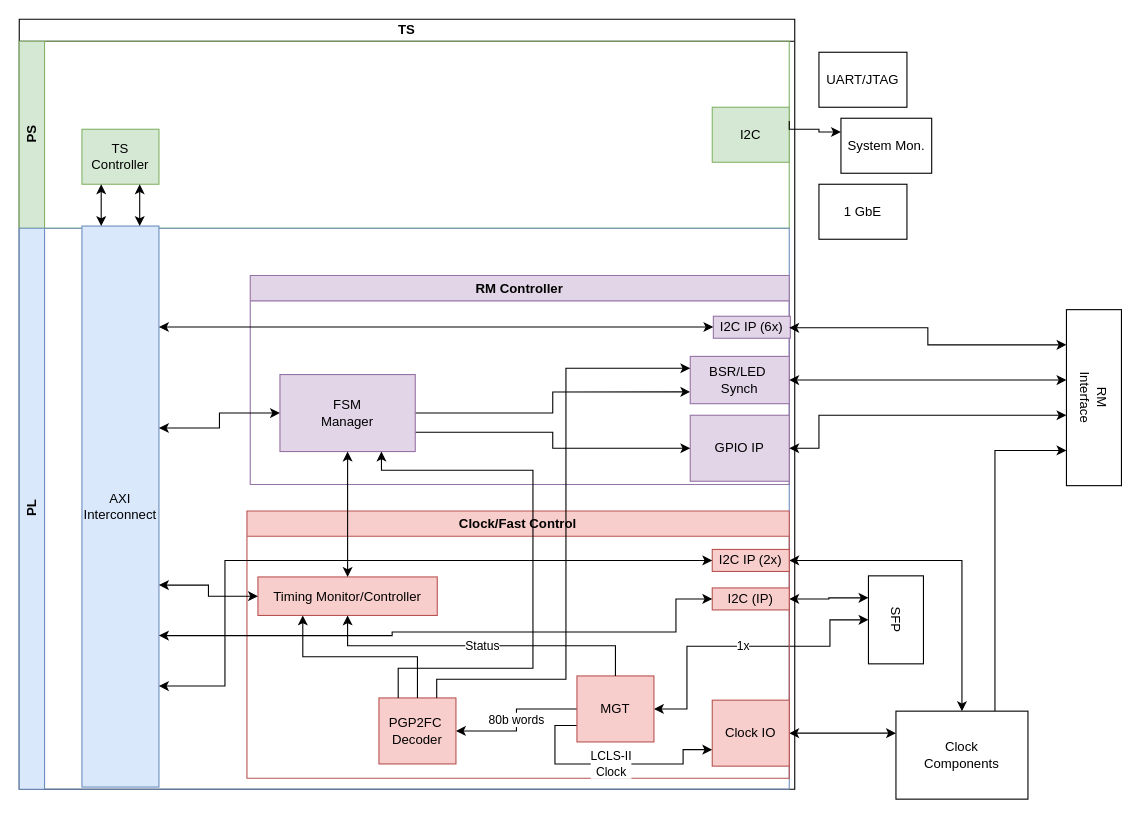
This is zCCM_firmware.drawio from awhitbeck/drawio, a draw.io file, before an edit. Source tidied: cells renumbered, new cells numbered last; positions are measured from the earlier drawing's top-left corner, leaving out a move shared by most shapes. Both pictures are drawn from the tidied source at 110%, with x=0, y=0 at pixel (19, 19).
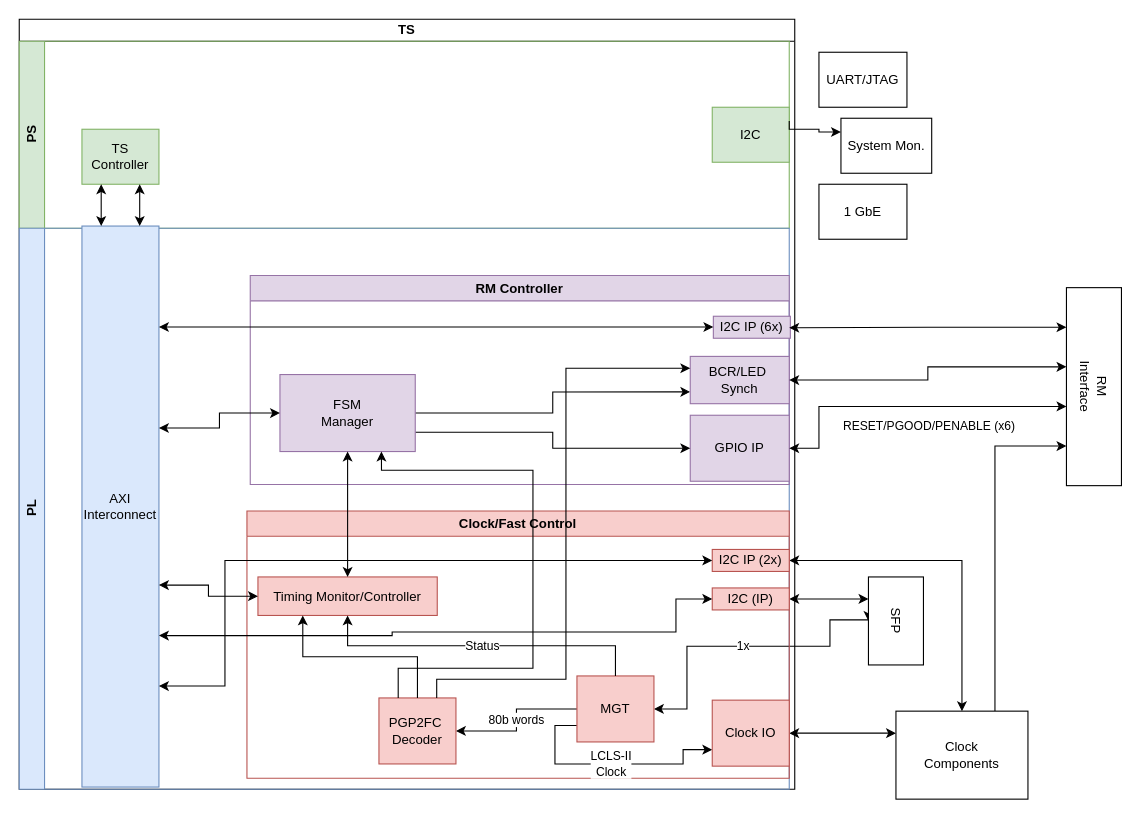
The same page after the edit.

The change refers to these unchanged cells:
```xml
<mxCell id="8" value="RM Controller" style="swimlane;whiteSpace=wrap;html=1;shadow=0;fillColor=#e1d5e7;strokeColor=#9673a6;" parent="6" vertex="1">
  <mxGeometry x="210" y="43" width="490" height="190" as="geometry" />
</mxCell>
<mxCell id="10" value="GPIO IP" style="rounded=0;whiteSpace=wrap;html=1;fillColor=#e1d5e7;strokeColor=#9673a6;" parent="8" vertex="1">
  <mxGeometry x="400" y="127" width="90" height="60" as="geometry" />
</mxCell>
<mxCell id="28" value="Clock&lt;br&gt;Components" style="rounded=0;whiteSpace=wrap;html=1;rotation=0;" parent="1" vertex="1">
  <mxGeometry x="797" y="629" width="120" height="80" as="geometry" />
</mxCell>
```

Change to the diagram source:
```diff
@@
-    <mxCell id="14" value="BSR/LED&amp;nbsp;&lt;br&gt;Synch" style="rounded=0;whiteSpace=wrap;html=1;fillColor=#e1d5e7;strokeColor=#9673a6;" parent="8" vertex="1">
+    <mxCell id="14" value="BCR/LED&amp;nbsp;&lt;br&gt;Synch" style="rounded=0;whiteSpace=wrap;html=1;fillColor=#e1d5e7;strokeColor=#9673a6;" parent="8" vertex="1">
       <mxGeometry x="400" y="73.5" width="90" height="43" as="geometry" />
     </mxCell>
@@
     <mxCell id="20" value="RM&lt;br&gt;Interface" style="rounded=0;whiteSpace=wrap;html=1;rotation=90;points=[[0,0,0,0,0],[0,0.2,0,0,0],[0,0.25,0,0,0],[0,0.4,0,0,0],[0,0.5,0,0,0],[0,0.6,0,0,0],[0,0.75,0,0,0],[0,0.8,0,0,0],[0,1,0,0,0],[0.2,1,0,0,0],[0.25,0,0,0,0],[0.4,1,0,0,0],[0.5,0,0,0,0],[0.6,1,0,0,0],[0.75,0,0,0,0],[0.8,1,0,0,0],[1,0,0,0,0],[1,0.25,0,0,0],[1,0.5,0,0,0],[1,0.75,0,0,0],[1,1,0,0,0]];" parent="1" vertex="1">
-      <mxGeometry x="897" y="319" width="160" height="50" as="geometry" />
+      <mxGeometry x="887" y="309" width="180" height="50" as="geometry" />
     </mxCell>
@@
     <mxCell id="23" value="SFP" style="rounded=0;whiteSpace=wrap;html=1;rotation=90;" parent="1" vertex="1">
-      <mxGeometry x="757" y="521" width="80" height="50" as="geometry" />
+      <mxGeometry x="757" y="522" width="80" height="50" as="geometry" />
     </mxCell>
@@
     <mxCell id="27" style="edgeStyle=orthogonalEdgeStyle;rounded=0;jettySize=auto;html=1;exitX=0.75;exitY=0;exitDx=0;exitDy=0;entryX=0.8;entryY=1;entryDx=0;entryDy=0;entryPerimeter=0;" parent="1" edge="1" source="28" target="20">
       <mxGeometry relative="1" as="geometry">
         <Array as="points">
-          <mxPoint x="887" y="392" />
+          <mxPoint x="887" y="388" />
         </Array>
       </mxGeometry>
     </mxCell>
@@
-    <mxCell id="47" style="edgeStyle=orthogonalEdgeStyle;rounded=0;jettySize=auto;html=1;exitX=1;exitY=0.5;exitDx=0;exitDy=0;entryX=0.6;entryY=1;entryDx=0;entryDy=0;startArrow=classic;startFill=1;entryPerimeter=0;" parent="1" edge="1" source="10" target="20">
-      <mxGeometry relative="1" as="geometry">
+    <mxCell id="47" value="RESET/PGOOD/PENABLE (x6)" style="edgeStyle=orthogonalEdgeStyle;rounded=0;jettySize=auto;html=1;exitX=1;exitY=0.5;exitDx=0;exitDy=0;entryX=0.6;entryY=1;entryDx=0;entryDy=0;startArrow=classic;startFill=1;entryPerimeter=0;" parent="1" edge="1" source="10" target="20">
+      <mxGeometry x="0.14" y="-18" relative="1" as="geometry">
         <Array as="points">
           <mxPoint x="727" y="390" />
-          <mxPoint x="727" y="360" />
+          <mxPoint x="727" y="352" />
         </Array>
       </mxGeometry>
     </mxCell>
```
